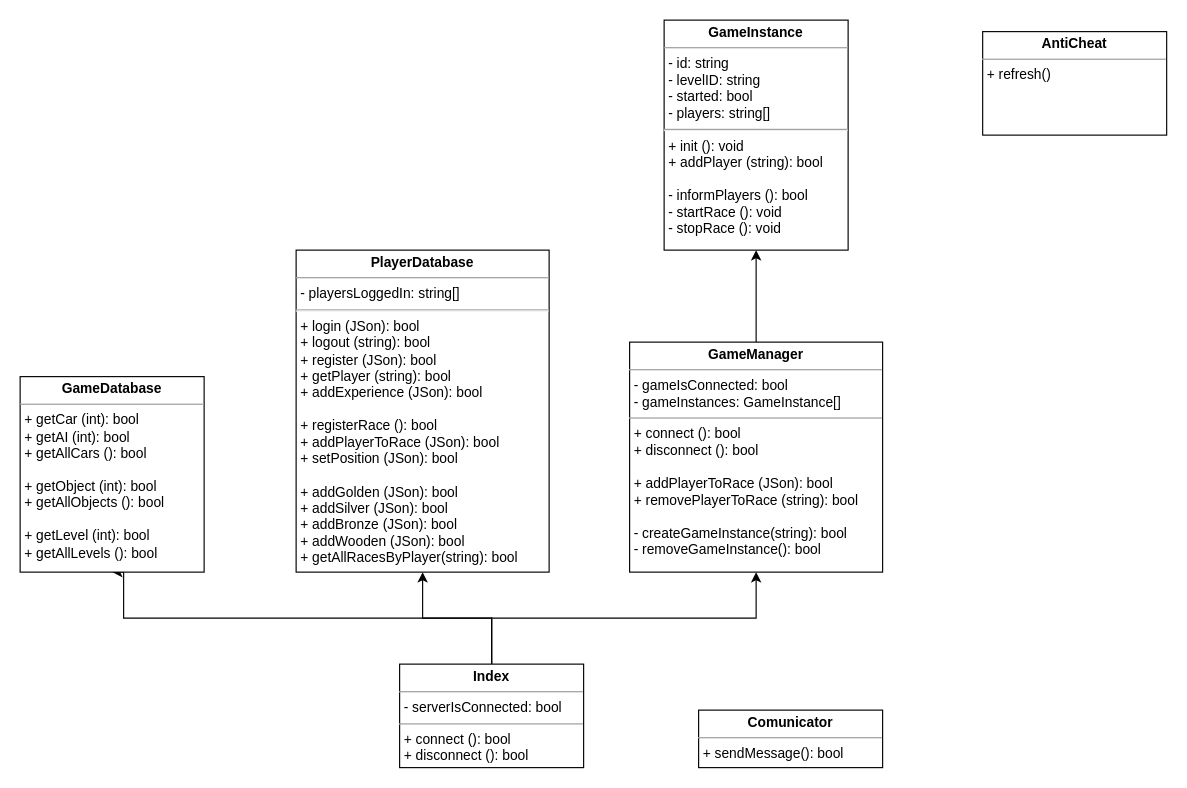
eespunes/Desarrollo-de-un-Prototipo-de-Videojuego-en-Red keeps this draw.io diagram as page "UML - Servidor" (2 of 3) of Producto/Diseño/Diagramas.drawio. Above is the earlier version. Source tidied: cells renumbered, new cells numbered last; positions are measured from the earlier drawing's top-left corner, leaving out a move shared by most shapes. Both pictures are drawn from the tidied source at 115%, with x=0, y=0 at pixel (20, 20).
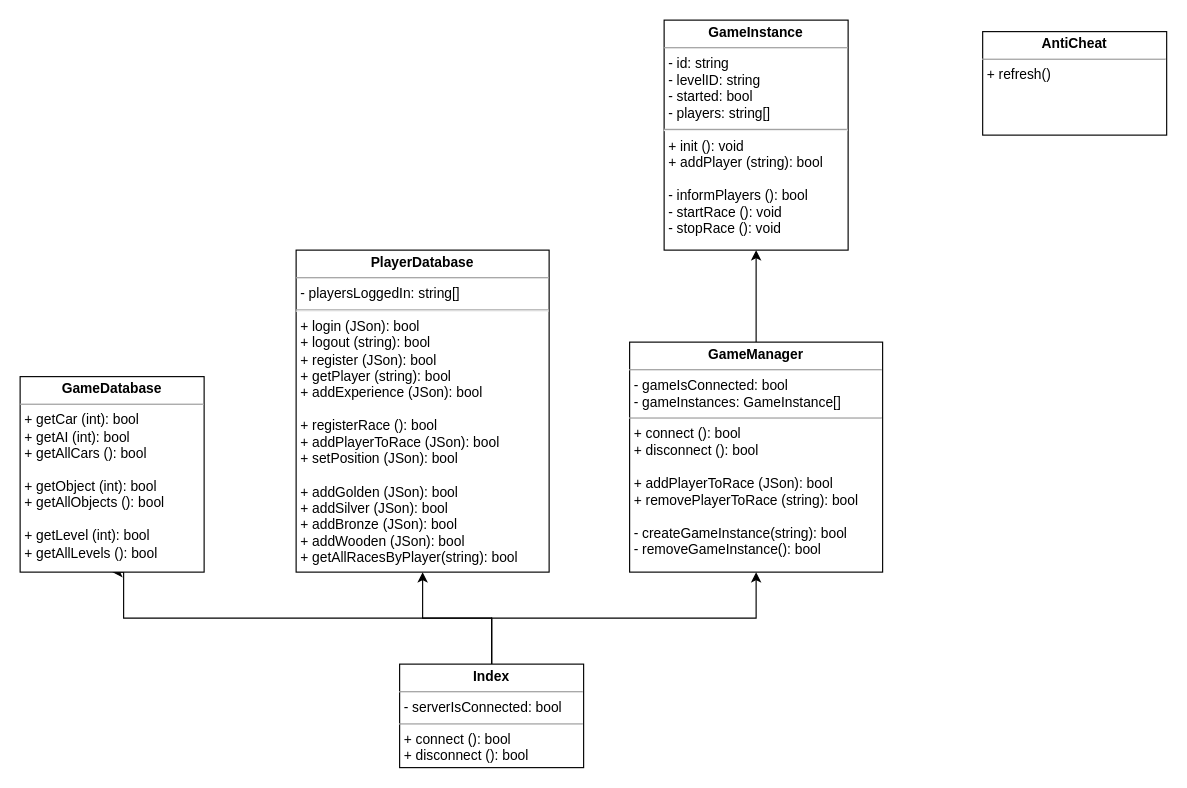
After the change.

What changed in the source:
```diff
@@
 <mxGraphModel>
   <root>
     <mxCell id="0" />
     <mxCell id="1" parent="0" />
     <mxCell id="2" style="edgeStyle=orthogonalEdgeStyle;rounded=0;jettySize=auto;html=1;exitX=0.5;exitY=0;exitDx=0;exitDy=0;entryX=0.5;entryY=1;entryDx=0;entryDy=0;" parent="1" edge="1" source="5" target="8">
       <mxGeometry relative="1" as="geometry">
         <Array as="points">
           <mxPoint x="410" y="520" />
           <mxPoint x="90" y="520" />
           <mxPoint x="90" y="480" />
         </Array>
       </mxGeometry>
     </mxCell>
     <mxCell id="3" style="edgeStyle=orthogonalEdgeStyle;rounded=0;jettySize=auto;html=1;exitX=0.5;exitY=0;exitDx=0;exitDy=0;entryX=0.5;entryY=1;entryDx=0;entryDy=0;" parent="1" edge="1" source="5" target="9">
       <mxGeometry relative="1" as="geometry">
         <Array as="points">
           <mxPoint x="410" y="520" />
           <mxPoint x="350" y="520" />
         </Array>
       </mxGeometry>
     </mxCell>
     <mxCell id="4" style="edgeStyle=orthogonalEdgeStyle;rounded=0;jettySize=auto;html=1;exitX=0.5;exitY=0;exitDx=0;exitDy=0;entryX=0.5;entryY=1;entryDx=0;entryDy=0;" parent="1" edge="1" source="5" target="7">
       <mxGeometry relative="1" as="geometry">
         <Array as="points">
           <mxPoint x="410" y="520" />
           <mxPoint x="640" y="520" />
         </Array>
       </mxGeometry>
     </mxCell>
     <mxCell id="5" value="&lt;p style=&quot;margin: 0px ; margin-top: 4px ; text-align: center&quot;&gt;&lt;b&gt;Index&lt;/b&gt;&lt;/p&gt;&lt;hr size=&quot;1&quot;&gt;&lt;p style=&quot;margin: 0px ; margin-left: 4px&quot;&gt;- serverIsConnected: bool&lt;/p&gt;&lt;hr size=&quot;1&quot;&gt;&lt;p style=&quot;margin: 0px ; margin-left: 4px&quot;&gt;+ connect (): bool&lt;/p&gt;&lt;p style=&quot;margin: 0px ; margin-left: 4px&quot;&gt;+ disconnect (): bool&lt;/p&gt;" style="verticalAlign=top;align=left;overflow=fill;fontSize=12;fontFamily=Helvetica;html=1;" parent="1" vertex="1">
       <mxGeometry x="330" y="560" width="160" height="90" as="geometry" />
     </mxCell>
     <mxCell id="6" style="edgeStyle=orthogonalEdgeStyle;rounded=0;jettySize=auto;html=1;exitX=0.5;exitY=0;exitDx=0;exitDy=0;entryX=0.5;entryY=1;entryDx=0;entryDy=0;" parent="1" edge="1" source="7" target="10">
       <mxGeometry relative="1" as="geometry" />
     </mxCell>
     <mxCell id="7" value="&lt;p style=&quot;margin: 0px ; margin-top: 4px ; text-align: center&quot;&gt;&lt;b&gt;GameManager&lt;/b&gt;&lt;/p&gt;&lt;hr size=&quot;1&quot;&gt;&lt;p style=&quot;margin: 0px ; margin-left: 4px&quot;&gt;- gameIsConnected: bool&lt;/p&gt;&lt;p style=&quot;margin: 0px ; margin-left: 4px&quot;&gt;- gameInstances: GameInstance[]&lt;/p&gt;&lt;hr size=&quot;1&quot;&gt;&lt;p style=&quot;margin: 0px 0px 0px 4px&quot;&gt;+ connect (): bool&lt;/p&gt;&lt;p style=&quot;margin: 0px 0px 0px 4px&quot;&gt;+ disconnect (): bool&lt;/p&gt;&lt;p style=&quot;margin: 0px 0px 0px 4px&quot;&gt;&lt;br&gt;&lt;/p&gt;&lt;p style=&quot;margin: 0px ; margin-left: 4px&quot;&gt;+ addPlayerToRace (JSon): bool&lt;/p&gt;&lt;p style=&quot;margin: 0px ; margin-left: 4px&quot;&gt;+ removePlayerToRace (string): bool&lt;/p&gt;&lt;p style=&quot;margin: 0px ; margin-left: 4px&quot;&gt;&lt;br&gt;&lt;/p&gt;&lt;p style=&quot;margin: 0px ; margin-left: 4px&quot;&gt;- createGameInstance(string): bool&lt;/p&gt;&lt;p style=&quot;margin: 0px ; margin-left: 4px&quot;&gt;- removeGameInstance(): bool&lt;/p&gt;" style="verticalAlign=top;align=left;overflow=fill;fontSize=12;fontFamily=Helvetica;html=1;" parent="1" vertex="1">
       <mxGeometry x="530" y="280" width="220" height="200" as="geometry" />
     </mxCell>
     <mxCell id="8" value="&lt;p style=&quot;margin: 0px ; margin-top: 4px ; text-align: center&quot;&gt;&lt;b&gt;GameDatabase&lt;/b&gt;&lt;/p&gt;&lt;hr size=&quot;1&quot;&gt;&lt;p style=&quot;margin: 0px ; margin-left: 4px&quot;&gt;&lt;/p&gt;&lt;p style=&quot;margin: 0px ; margin-left: 4px&quot;&gt;+ getCar (int): bool&lt;/p&gt;&lt;p style=&quot;margin: 0px ; margin-left: 4px&quot;&gt;+ getAI (int): bool&lt;/p&gt;&lt;p style=&quot;margin: 0px ; margin-left: 4px&quot;&gt;+ getAllCars (): bool&lt;/p&gt;&lt;p style=&quot;margin: 0px ; margin-left: 4px&quot;&gt;&lt;br&gt;&lt;/p&gt;&lt;p style=&quot;margin: 0px ; margin-left: 4px&quot;&gt;+ getObject (int): bool&lt;/p&gt;&lt;p style=&quot;margin: 0px ; margin-left: 4px&quot;&gt;+ getAllObjects (): bool&lt;/p&gt;&lt;p style=&quot;margin: 0px ; margin-left: 4px&quot;&gt;&lt;br&gt;&lt;/p&gt;&lt;p style=&quot;margin: 0px ; margin-left: 4px&quot;&gt;+ getLevel (int): bool&lt;/p&gt;&lt;p style=&quot;margin: 0px ; margin-left: 4px&quot;&gt;+ getAllLevels (): bool&lt;/p&gt;" style="verticalAlign=top;align=left;overflow=fill;fontSize=12;fontFamily=Helvetica;html=1;" parent="1" vertex="1">
       <mxGeometry y="310" width="160" height="170" as="geometry" />
     </mxCell>
     <mxCell id="9" value="&lt;p style=&quot;margin: 0px ; margin-top: 4px ; text-align: center&quot;&gt;&lt;b&gt;PlayerDatabase&lt;/b&gt;&lt;/p&gt;&lt;hr size=&quot;1&quot;&gt;&lt;p style=&quot;margin: 0px 0px 0px 4px&quot;&gt;- playersLoggedIn: string[]&lt;/p&gt;&lt;hr&gt;&lt;p style=&quot;margin: 0px 0px 0px 4px&quot;&gt;+ login (JSon): bool&lt;/p&gt;&lt;p style=&quot;margin: 0px 0px 0px 4px&quot;&gt;+ logout (string): bool&lt;/p&gt;&lt;p style=&quot;margin: 0px 0px 0px 4px&quot;&gt;+ register (JSon): bool&lt;/p&gt;&lt;p style=&quot;margin: 0px 0px 0px 4px&quot;&gt;+ getPlayer (string): bool&lt;/p&gt;&lt;p style=&quot;margin: 0px 0px 0px 4px&quot;&gt;+ addExperience (JSon): bool&lt;/p&gt;&lt;p style=&quot;margin: 0px 0px 0px 4px&quot;&gt;&lt;br&gt;&lt;/p&gt;&lt;p style=&quot;margin: 0px 0px 0px 4px&quot;&gt;+ registerRace (): bool&lt;/p&gt;&lt;p style=&quot;margin: 0px 0px 0px 4px&quot;&gt;+ addPlayerToRace (JSon): bool&lt;/p&gt;&lt;p style=&quot;margin: 0px 0px 0px 4px&quot;&gt;+ setPosition (JSon): bool&lt;/p&gt;&lt;p style=&quot;margin: 0px 0px 0px 4px&quot;&gt;&lt;br&gt;&lt;/p&gt;&lt;p style=&quot;margin: 0px 0px 0px 4px&quot;&gt;+ addGolden (JSon): bool&lt;/p&gt;&lt;p style=&quot;margin: 0px 0px 0px 4px&quot;&gt;+ addSilver (JSon): bool&lt;/p&gt;&lt;p style=&quot;margin: 0px 0px 0px 4px&quot;&gt;+ addBronze (JSon): bool&lt;br&gt;&lt;/p&gt;&lt;p style=&quot;margin: 0px 0px 0px 4px&quot;&gt;+ addWooden (JSon): bool&lt;br&gt;&lt;/p&gt;&lt;p style=&quot;margin: 0px 0px 0px 4px&quot;&gt;+ getAllRacesByPlayer(string): bool&lt;/p&gt;" style="verticalAlign=top;align=left;overflow=fill;fontSize=12;fontFamily=Helvetica;html=1;" parent="1" vertex="1">
       <mxGeometry x="240" y="200" width="220" height="280" as="geometry" />
     </mxCell>
     <mxCell id="10" value="&lt;p style=&quot;margin: 0px ; margin-top: 4px ; text-align: center&quot;&gt;&lt;b&gt;GameInstance&lt;/b&gt;&lt;/p&gt;&lt;hr size=&quot;1&quot;&gt;&lt;p style=&quot;margin: 0px ; margin-left: 4px&quot;&gt;- id: string&lt;/p&gt;&lt;p style=&quot;margin: 0px ; margin-left: 4px&quot;&gt;- levelID: string&lt;/p&gt;&lt;p style=&quot;margin: 0px ; margin-left: 4px&quot;&gt;- started: bool&lt;/p&gt;&lt;p style=&quot;margin: 0px ; margin-left: 4px&quot;&gt;- players: string[]&lt;/p&gt;&lt;hr&gt;&lt;p style=&quot;margin: 0px ; margin-left: 4px&quot;&gt;+ init (): void&lt;/p&gt;&lt;p style=&quot;margin: 0px ; margin-left: 4px&quot;&gt;+ addPlayer (string): bool&lt;/p&gt;&lt;p style=&quot;margin: 0px ; margin-left: 4px&quot;&gt;&lt;br&gt;&lt;/p&gt;&lt;p style=&quot;margin: 0px ; margin-left: 4px&quot;&gt;- informPlayers (): bool&lt;/p&gt;&lt;p style=&quot;margin: 0px ; margin-left: 4px&quot;&gt;- startRace (): void&lt;/p&gt;&lt;p style=&quot;margin: 0px ; margin-left: 4px&quot;&gt;- stopRace (): void&lt;/p&gt;" style="verticalAlign=top;align=left;overflow=fill;fontSize=12;fontFamily=Helvetica;html=1;" parent="1" vertex="1">
       <mxGeometry x="560" width="160" height="200" as="geometry" />
     </mxCell>
-    <mxCell id="11" value="&lt;p style=&quot;margin: 0px ; margin-top: 4px ; text-align: center&quot;&gt;&lt;b&gt;Comunicator&lt;/b&gt;&lt;/p&gt;&lt;hr size=&quot;1&quot;&gt;&lt;p style=&quot;margin: 0px ; margin-left: 4px&quot;&gt;+ sendMessage(): bool&lt;/p&gt;&lt;p style=&quot;margin: 0px ; margin-left: 4px&quot;&gt;&lt;br&gt;&lt;/p&gt;" style="verticalAlign=top;align=left;overflow=fill;fontSize=12;fontFamily=Helvetica;html=1;" parent="1" vertex="1">
-      <mxGeometry x="590" y="600" width="160" height="50" as="geometry" />
-    </mxCell>
     <mxCell id="12" value="&lt;p style=&quot;margin: 0px ; margin-top: 4px ; text-align: center&quot;&gt;&lt;b&gt;AntiCheat&lt;/b&gt;&lt;/p&gt;&lt;hr size=&quot;1&quot;&gt;&lt;p style=&quot;margin: 0px ; margin-left: 4px&quot;&gt;+ refresh()&lt;/p&gt;" style="verticalAlign=top;align=left;overflow=fill;fontSize=12;fontFamily=Helvetica;html=1;" parent="1" vertex="1">
       <mxGeometry x="837" y="10" width="160" height="90" as="geometry" />
     </mxCell>
   </root>
 </mxGraphModel>
```
